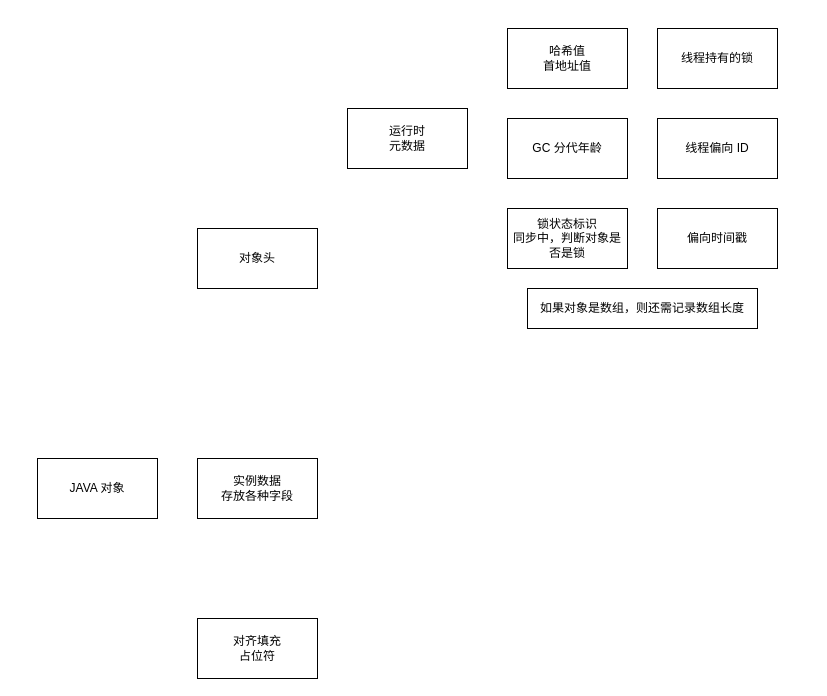
The draw.io diagram com.ygq/frame/Java对象内存分布.drawio in ythawed/diagrams, before the edit. Source tidied: cells renumbered, new cells numbered last; positions are measured from the earlier drawing's top-left corner, leaving out a move shared by most shapes. Both pictures are drawn from the tidied source at 100%, with x=0, y=0 at pixel (37, 28).
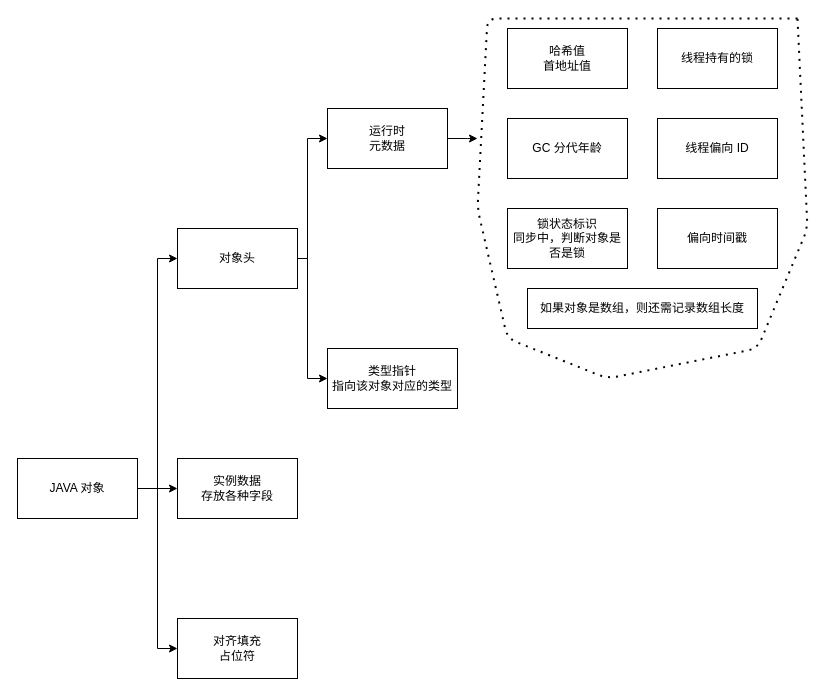
Above is the later version.

Commit message (it also covers changes not shown here):
Update Java对象内存分布.drawio

What changed in the source:
```diff
@@
+    <mxCell id="14" style="edgeStyle=orthogonalEdgeStyle;rounded=0;jettySize=auto;html=1;entryX=0;entryY=0.5;entryDx=0;entryDy=0;" parent="1" edge="1" source="2" target="3">
+      <mxGeometry relative="1" as="geometry">
+        <Array as="points">
+          <mxPoint x="120" y="460" />
+          <mxPoint x="120" y="230" />
+        </Array>
+      </mxGeometry>
+    </mxCell>
+    <mxCell id="15" style="edgeStyle=orthogonalEdgeStyle;rounded=0;jettySize=auto;html=1;" parent="1" edge="1" source="2" target="4">
+      <mxGeometry relative="1" as="geometry" />
+    </mxCell>
+    <mxCell id="16" style="edgeStyle=orthogonalEdgeStyle;rounded=0;jettySize=auto;html=1;entryX=0;entryY=0.5;entryDx=0;entryDy=0;" parent="1" edge="1" source="2" target="5">
+      <mxGeometry relative="1" as="geometry" />
+    </mxCell>
     <mxCell id="2" value="JAVA 对象" style="rounded=0;whiteSpace=wrap;html=1;" parent="1" vertex="1">
-      <mxGeometry y="430" width="120" height="60" as="geometry" />
+      <mxGeometry x="-20" y="430" width="120" height="60" as="geometry" />
     </mxCell>
+    <mxCell id="17" style="edgeStyle=orthogonalEdgeStyle;rounded=0;jettySize=auto;html=1;entryX=0;entryY=0.5;entryDx=0;entryDy=0;" parent="1" edge="1" source="3" target="6">
+      <mxGeometry relative="1" as="geometry">
+        <Array as="points">
+          <mxPoint x="270" y="230" />
+          <mxPoint x="270" y="110" />
+        </Array>
+      </mxGeometry>
+    </mxCell>
+    <mxCell id="18" style="edgeStyle=orthogonalEdgeStyle;rounded=0;jettySize=auto;html=1;entryX=0;entryY=0.5;entryDx=0;entryDy=0;" parent="1" edge="1" source="3" target="20">
+      <mxGeometry relative="1" as="geometry">
+        <Array as="points">
+          <mxPoint x="270" y="230" />
+          <mxPoint x="270" y="350" />
+        </Array>
+      </mxGeometry>
+    </mxCell>
     <mxCell id="3" value="对象头" style="rounded=0;whiteSpace=wrap;html=1;" parent="1" vertex="1">
-      <mxGeometry x="160" y="200" width="120" height="60" as="geometry" />
+      <mxGeometry x="140" y="200" width="120" height="60" as="geometry" />
     </mxCell>
     <mxCell id="4" value="实例数据&lt;br&gt;存放各种字段" style="rounded=0;whiteSpace=wrap;html=1;" parent="1" vertex="1">
-      <mxGeometry x="160" y="430" width="120" height="60" as="geometry" />
+      <mxGeometry x="140" y="430" width="120" height="60" as="geometry" />
     </mxCell>
     <mxCell id="5" value="对齐填充&lt;br&gt;占位符" style="rounded=0;whiteSpace=wrap;html=1;" parent="1" vertex="1">
-      <mxGeometry x="160" y="590" width="120" height="60" as="geometry" />
+      <mxGeometry x="140" y="590" width="120" height="60" as="geometry" />
     </mxCell>
+    <mxCell id="19" style="edgeStyle=orthogonalEdgeStyle;rounded=0;jettySize=auto;html=1;" parent="1" edge="1" source="6">
+      <mxGeometry relative="1" as="geometry">
+        <mxPoint x="440" y="110" as="targetPoint" />
+      </mxGeometry>
+    </mxCell>
     <mxCell id="6" value="运行时&lt;br&gt;元数据" style="rounded=0;whiteSpace=wrap;html=1;" parent="1" vertex="1">
-      <mxGeometry x="310" y="80" width="120" height="60" as="geometry" />
+      <mxGeometry x="290" y="80" width="120" height="60" as="geometry" />
     </mxCell>
@@
+    <mxCell id="20" value="类型指针&lt;br&gt;指向该对象对应的类型" style="rounded=0;whiteSpace=wrap;html=1;" parent="1" vertex="1">
+      <mxGeometry x="290" y="320" width="130" height="60" as="geometry" />
+    </mxCell>
+    <mxCell id="21" style="endArrow=none;dashed=1;html=1;dashPattern=1 3;strokeWidth=2;" parent="1" edge="1">
+      <mxGeometry relative="1" as="geometry">
+        <mxPoint x="760" y="-10" as="sourcePoint" />
+        <mxPoint x="760" y="-10" as="targetPoint" />
+        <Array as="points">
+          <mxPoint x="450" y="-10" />
+          <mxPoint x="440" y="180" />
+          <mxPoint x="470" y="310" />
+          <mxPoint x="570" y="350" />
+          <mxPoint x="720" y="320" />
+          <mxPoint x="770" y="200" />
+        </Array>
+      </mxGeometry>
+    </mxCell>
```
